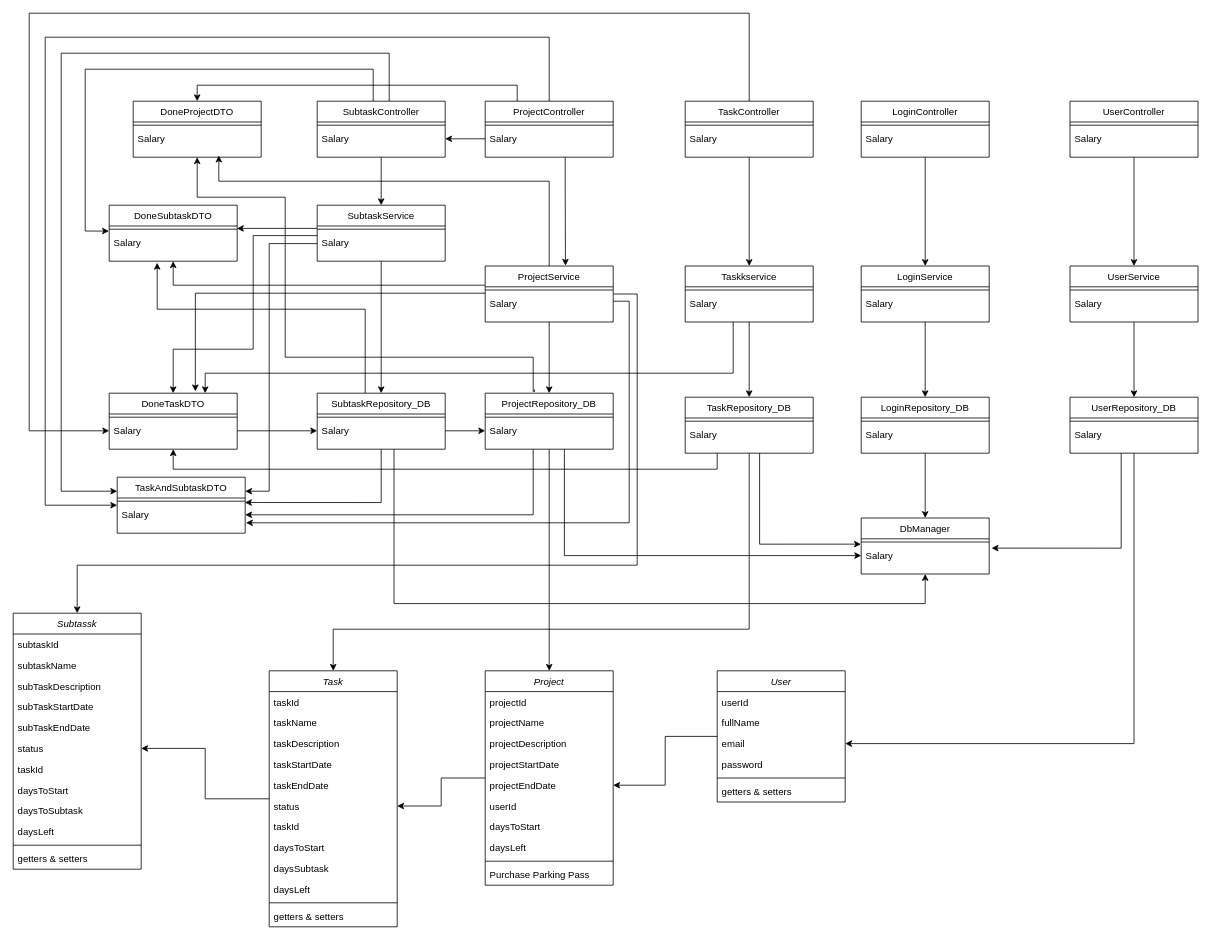
Earlier version of the draw.io diagram docs/Class_Diagram.drawio (Atributties/ProjectPeak). Source tidied: cells renumbered, new cells numbered last; positions are measured from the earlier drawing's top-left corner, leaving out a move shared by most shapes. Both pictures are drawn from the tidied source at 80%, with x=0, y=0 at pixel (13, 13).
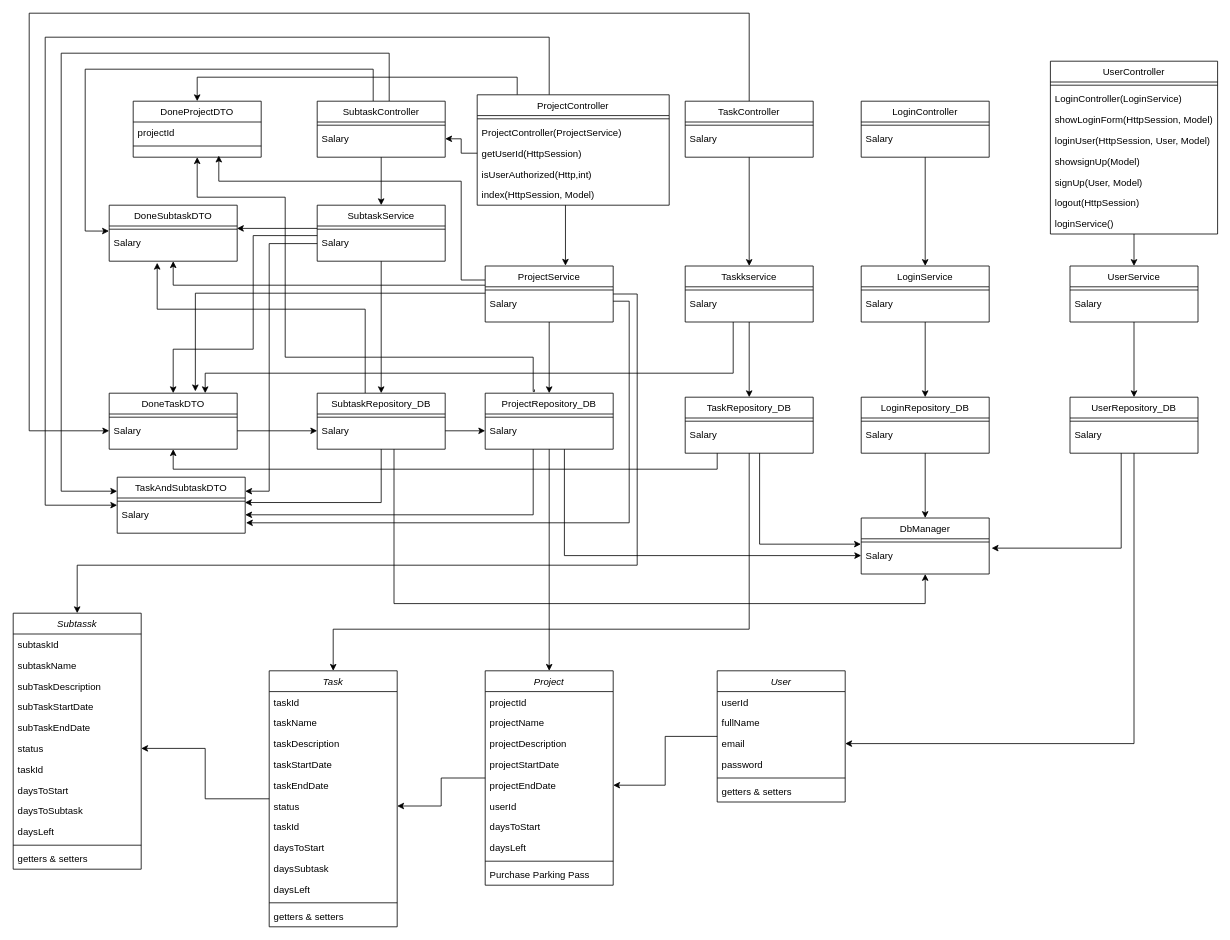
The same diagram, later.

Unchanged cells that the change refers to:
```xml
<mxCell id="71" value="DoneProjectDTO" style="swimlane;fontStyle=0;align=center;verticalAlign=top;horizontal=1;startSize=26;rounded=0;shadow=0;strokeWidth=1;" parent="1" vertex="1">
  <mxGeometry x="150" y="110" width="160" height="70" as="geometry" />
</mxCell>
<mxCell id="143" value="ProjectService" style="swimlane;fontStyle=0;align=center;verticalAlign=top;horizontal=1;startSize=26;rounded=0;shadow=0;strokeWidth=1;" parent="1" vertex="1">
  <mxGeometry x="590" y="316" width="160" height="70" as="geometry" />
</mxCell>
```

Diff of the diagram source:
```diff
@@
     <mxCell id="65" value="UserController" style="swimlane;fontStyle=0;align=center;verticalAlign=top;horizontal=1;startSize=26;rounded=0;shadow=0;strokeWidth=1;" parent="1" vertex="1">
-      <mxGeometry x="1321" y="110" width="160" height="70" as="geometry" />
+      <mxGeometry x="1296.5" y="60" width="209" height="216" as="geometry" />
     </mxCell>
     <mxCell id="66" style="line;html=1;strokeWidth=1;align=left;verticalAlign=middle;spacingTop=-1;spacingLeft=3;spacingRight=3;labelPosition=right;" parent="65" vertex="1">
-      <mxGeometry y="26" width="160" height="8" as="geometry" />
+      <mxGeometry y="26" width="209" height="8" as="geometry" />
     </mxCell>
-    <mxCell id="67" value="Salary" style="text;align=left;verticalAlign=top;spacingLeft=4;spacingRight=4;overflow=hidden;" parent="65" vertex="1">
-      <mxGeometry y="34" width="160" height="26" as="geometry" />
+    <mxCell id="67" value="LoginController(LoginService)" style="text;align=left;verticalAlign=top;spacingLeft=4;spacingRight=4;overflow=hidden;" parent="65" vertex="1">
+      <mxGeometry y="34" width="209" height="26" as="geometry" />
     </mxCell>
+    <mxCell id="149" value="showLoginForm(HttpSession, Model)" style="text;align=left;verticalAlign=top;spacingLeft=4;spacingRight=4;overflow=hidden;" parent="65" vertex="1">
+      <mxGeometry y="60" width="209" height="26" as="geometry" />
+    </mxCell>
+    <mxCell id="150" value="loginUser(HttpSession, User, Model)" style="text;align=left;verticalAlign=top;spacingLeft=4;spacingRight=4;overflow=hidden;" parent="65" vertex="1">
+      <mxGeometry y="86" width="209" height="26" as="geometry" />
+    </mxCell>
+    <mxCell id="151" value="showsignUp(Model)" style="text;align=left;verticalAlign=top;spacingLeft=4;spacingRight=4;overflow=hidden;" parent="65" vertex="1">
+      <mxGeometry y="112" width="209" height="26" as="geometry" />
+    </mxCell>
+    <mxCell id="152" value="signUp(User, Model)" style="text;align=left;verticalAlign=top;spacingLeft=4;spacingRight=4;overflow=hidden;" parent="65" vertex="1">
+      <mxGeometry y="138" width="209" height="26" as="geometry" />
+    </mxCell>
+    <mxCell id="153" value="logout(HttpSession)" style="text;align=left;verticalAlign=top;spacingLeft=4;spacingRight=4;overflow=hidden;" parent="65" vertex="1">
+      <mxGeometry y="164" width="209" height="26" as="geometry" />
+    </mxCell>
+    <mxCell id="154" value="loginService()" style="text;align=left;verticalAlign=top;spacingLeft=4;spacingRight=4;overflow=hidden;" parent="65" vertex="1">
+      <mxGeometry y="190" width="209" height="26" as="geometry" />
+    </mxCell>
@@
+    <mxCell id="73" value="projectId" style="text;align=left;verticalAlign=top;spacingLeft=4;spacingRight=4;overflow=hidden;" parent="71" vertex="1">
+      <mxGeometry y="26" width="160" height="26" as="geometry" />
+    </mxCell>
     <mxCell id="72" style="line;html=1;strokeWidth=1;align=left;verticalAlign=middle;spacingTop=-1;spacingLeft=3;spacingRight=3;labelPosition=right;" parent="71" vertex="1">
-      <mxGeometry y="26" width="160" height="8" as="geometry" />
+      <mxGeometry y="52" width="160" height="8" as="geometry" />
     </mxCell>
-    <mxCell id="73" value="Salary" style="text;align=left;verticalAlign=top;spacingLeft=4;spacingRight=4;overflow=hidden;" parent="71" vertex="1">
-      <mxGeometry y="34" width="160" height="26" as="geometry" />
-    </mxCell>
@@
-    <mxCell id="124" style="edgeStyle=orthogonalEdgeStyle;rounded=0;jettySize=auto;html=1;exitX=0.5;exitY=0;exitDx=0;exitDy=0;" parent="1" edge="1" source="143">
+    <mxCell id="124" style="edgeStyle=orthogonalEdgeStyle;rounded=0;jettySize=auto;html=1;exitX=0;exitY=0.25;exitDx=0;exitDy=0;" parent="1" edge="1" source="143">
       <mxGeometry relative="1" as="geometry">
         <mxPoint x="257" y="178" as="targetPoint" />
         <Array as="points">
-          <mxPoint x="670" y="210" />
+          <mxPoint x="560" y="334" />
+          <mxPoint x="560" y="210" />
           <mxPoint x="257" y="210" />
         </Array>
       </mxGeometry>
     </mxCell>
@@
     <mxCell id="135" style="edgeStyle=orthogonalEdgeStyle;rounded=0;jettySize=auto;html=1;entryX=0.5;entryY=0;entryDx=0;entryDy=0;" parent="1" edge="1" source="138" target="71">
       <mxGeometry relative="1" as="geometry">
         <Array as="points">
-          <mxPoint x="630" y="90" />
-          <mxPoint x="230" y="90" />
+          <mxPoint x="630" y="80" />
+          <mxPoint x="230" y="80" />
         </Array>
       </mxGeometry>
     </mxCell>
@@
     <mxCell id="138" value="ProjectController" style="swimlane;fontStyle=0;align=center;verticalAlign=top;horizontal=1;startSize=26;rounded=0;shadow=0;strokeWidth=1;" parent="1" vertex="1">
-      <mxGeometry x="590" y="110" width="160" height="70" as="geometry" />
+      <mxGeometry x="580" y="102" width="240" height="138" as="geometry" />
     </mxCell>
     <mxCell id="139" style="line;html=1;strokeWidth=1;align=left;verticalAlign=middle;spacingTop=-1;spacingLeft=3;spacingRight=3;labelPosition=right;" parent="138" vertex="1">
-      <mxGeometry y="26" width="160" height="8" as="geometry" />
+      <mxGeometry y="26" width="240" height="8" as="geometry" />
     </mxCell>
+    <mxCell id="155" value="ProjectController(ProjectService)" style="text;align=left;verticalAlign=top;spacingLeft=4;spacingRight=4;overflow=hidden;" parent="138" vertex="1">
+      <mxGeometry y="34" width="240" height="26" as="geometry" />
+    </mxCell>
-    <mxCell id="140" value="Salary" style="text;align=left;verticalAlign=top;spacingLeft=4;spacingRight=4;overflow=hidden;points=[[0,0.5],[1,0.5]];portConstraint=eastwest;" parent="138" vertex="1">
-      <mxGeometry y="34" width="160" height="26" as="geometry" />
+    <mxCell id="140" value="getUserId(HttpSession)" style="text;align=left;verticalAlign=top;spacingLeft=4;spacingRight=4;overflow=hidden;points=[[0,0.5],[1,0.5]];portConstraint=eastwest;" parent="138" vertex="1">
+      <mxGeometry y="60" width="240" height="26" as="geometry" />
     </mxCell>
+    <mxCell id="156" value="isUserAuthorized(Http,int)" style="text;align=left;verticalAlign=top;spacingLeft=4;spacingRight=4;overflow=hidden;" parent="138" vertex="1">
+      <mxGeometry y="86" width="240" height="26" as="geometry" />
+    </mxCell>
+    <mxCell id="157" value="index(HttpSession, Model)" style="text;align=left;verticalAlign=top;spacingLeft=4;spacingRight=4;overflow=hidden;" parent="138" vertex="1">
+      <mxGeometry y="112" width="240" height="26" as="geometry" />
+    </mxCell>
```
